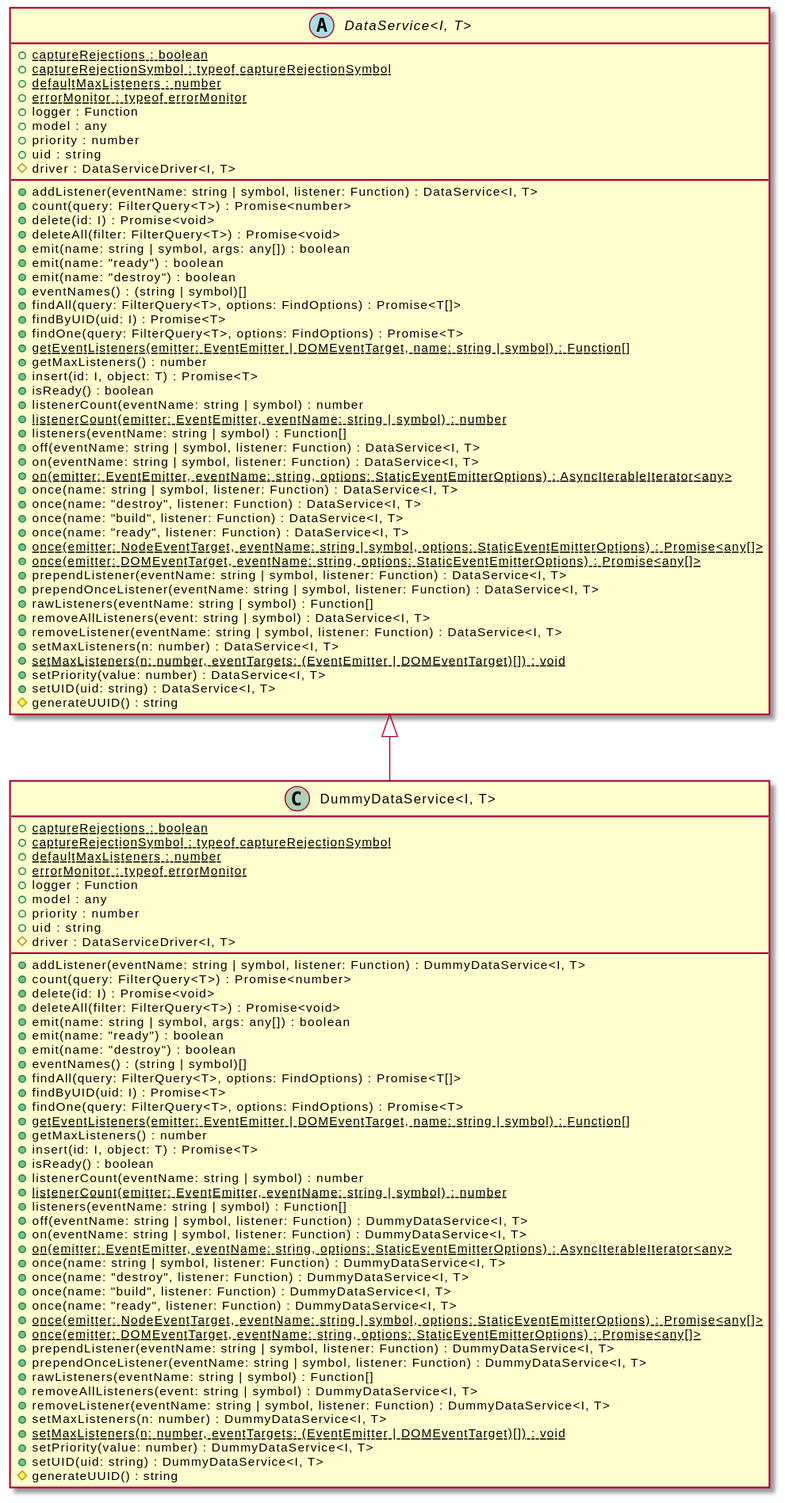
Before: assets/DummyDataService-umlClassDiagram-9581.svg, a diagram exported from PlantUML (OpenHPS/openhps-core).
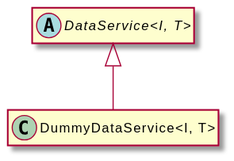
The same file after the commit.

Diff of the diagram source:
```diff
@@ -3,100 +3,8 @@
 hide empty methods
 hide empty fields
 class "DummyDataService<I, T>" {
-    {static} +captureRejections : boolean
-    {static} +captureRejectionSymbol : typeof captureRejectionSymbol
-    {static} +defaultMaxListeners : number
-    {static} +errorMonitor : typeof errorMonitor
-    +logger : Function
-    +model : any
-    +priority : number
-    +uid : string
-    #driver : DataServiceDriver<I, T>
-    +addListener(eventName: string | symbol, listener: Function) : DummyDataService<I, T>
-    +count(query: FilterQuery<T>) : Promise<number>
-    +delete(id: I) : Promise<void>
-    +deleteAll(filter: FilterQuery<T>) : Promise<void>
-    +emit(name: string | symbol, args: any[]) : boolean
-    +emit(name: "ready") : boolean
-    +emit(name: "destroy") : boolean
-    +eventNames() : (string | symbol)[]
-    +findAll(query: FilterQuery<T>, options: FindOptions) : Promise<T[]>
-    +findByUID(uid: I) : Promise<T>
-    +findOne(query: FilterQuery<T>, options: FindOptions) : Promise<T>
-    {static} +getEventListeners(emitter: EventEmitter | DOMEventTarget, name: string | symbol) : Function[]
-    +getMaxListeners() : number
-    +insert(id: I, object: T) : Promise<T>
-    +isReady() : boolean
-    +listenerCount(eventName: string | symbol) : number
-    {static} +listenerCount(emitter: EventEmitter, eventName: string | symbol) : number
-    +listeners(eventName: string | symbol) : Function[]
-    +off(eventName: string | symbol, listener: Function) : DummyDataService<I, T>
-    +on(eventName: string | symbol, listener: Function) : DummyDataService<I, T>
-    {static} +on(emitter: EventEmitter, eventName: string, options: StaticEventEmitterOptions) : AsyncIterableIterator<any>
-    +once(name: string | symbol, listener: Function) : DummyDataService<I, T>
-    +once(name: "destroy", listener: Function) : DummyDataService<I, T>
-    +once(name: "build", listener: Function) : DummyDataService<I, T>
-    +once(name: "ready", listener: Function) : DummyDataService<I, T>
-    {static} +once(emitter: NodeEventTarget, eventName: string | symbol, options: StaticEventEmitterOptions) : Promise<any[]>
-    {static} +once(emitter: DOMEventTarget, eventName: string, options: StaticEventEmitterOptions) : Promise<any[]>
-    +prependListener(eventName: string | symbol, listener: Function) : DummyDataService<I, T>
-    +prependOnceListener(eventName: string | symbol, listener: Function) : DummyDataService<I, T>
-    +rawListeners(eventName: string | symbol) : Function[]
-    +removeAllListeners(event: string | symbol) : DummyDataService<I, T>
-    +removeListener(eventName: string | symbol, listener: Function) : DummyDataService<I, T>
-    +setMaxListeners(n: number) : DummyDataService<I, T>
-    {static} +setMaxListeners(n: number, eventTargets: (EventEmitter | DOMEventTarget)[]) : void
-    +setPriority(value: number) : DummyDataService<I, T>
-    +setUID(uid: string) : DummyDataService<I, T>
-    #generateUUID() : string
 }
 abstract class "DataService<I, T>" {
-    {static} +captureRejections : boolean
-    {static} +captureRejectionSymbol : typeof captureRejectionSymbol
-    {static} +defaultMaxListeners : number
-    {static} +errorMonitor : typeof errorMonitor
-    +logger : Function
-    +model : any
-    +priority : number
-    +uid : string
-    #driver : DataServiceDriver<I, T>
-    +addListener(eventName: string | symbol, listener: Function) : DataService<I, T>
-    +count(query: FilterQuery<T>) : Promise<number>
-    +delete(id: I) : Promise<void>
-    +deleteAll(filter: FilterQuery<T>) : Promise<void>
-    +emit(name: string | symbol, args: any[]) : boolean
-    +emit(name: "ready") : boolean
-    +emit(name: "destroy") : boolean
-    +eventNames() : (string | symbol)[]
-    +findAll(query: FilterQuery<T>, options: FindOptions) : Promise<T[]>
-    +findByUID(uid: I) : Promise<T>
-    +findOne(query: FilterQuery<T>, options: FindOptions) : Promise<T>
-    {static} +getEventListeners(emitter: EventEmitter | DOMEventTarget, name: string | symbol) : Function[]
-    +getMaxListeners() : number
-    +insert(id: I, object: T) : Promise<T>
-    +isReady() : boolean
-    +listenerCount(eventName: string | symbol) : number
-    {static} +listenerCount(emitter: EventEmitter, eventName: string | symbol) : number
-    +listeners(eventName: string | symbol) : Function[]
-    +off(eventName: string | symbol, listener: Function) : DataService<I, T>
-    +on(eventName: string | symbol, listener: Function) : DataService<I, T>
-    {static} +on(emitter: EventEmitter, eventName: string, options: StaticEventEmitterOptions) : AsyncIterableIterator<any>
-    +once(name: string | symbol, listener: Function) : DataService<I, T>
-    +once(name: "destroy", listener: Function) : DataService<I, T>
-    +once(name: "build", listener: Function) : DataService<I, T>
-    +once(name: "ready", listener: Function) : DataService<I, T>
-    {static} +once(emitter: NodeEventTarget, eventName: string | symbol, options: StaticEventEmitterOptions) : Promise<any[]>
-    {static} +once(emitter: DOMEventTarget, eventName: string, options: StaticEventEmitterOptions) : Promise<any[]>
-    +prependListener(eventName: string | symbol, listener: Function) : DataService<I, T>
-    +prependOnceListener(eventName: string | symbol, listener: Function) : DataService<I, T>
-    +rawListeners(eventName: string | symbol) : Function[]
-    +removeAllListeners(event: string | symbol) : DataService<I, T>
-    +removeListener(eventName: string | symbol, listener: Function) : DataService<I, T>
-    +setMaxListeners(n: number) : DataService<I, T>
-    {static} +setMaxListeners(n: number, eventTargets: (EventEmitter | DOMEventTarget)[]) : void
-    +setPriority(value: number) : DataService<I, T>
-    +setUID(uid: string) : DataService<I, T>
-    #generateUUID() : string
 }
 "DataService<I, T>" <|-- "DummyDataService<I, T>"
 @enduml
```
